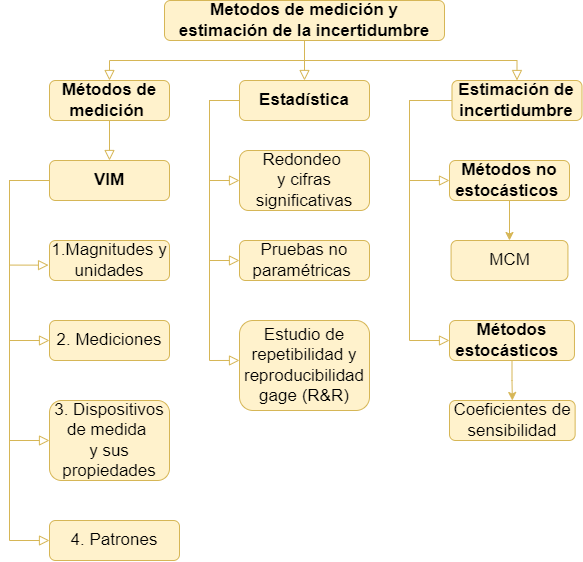
This is imagen/MMEI.png from estadisticaITM/estadisticaITM.github.io, a draw.io export, as it was before one commit. Source tidied: cells renumbered, new cells last; positions are measured from the earlier drawing's top-left corner, leaving out a move shared by most shapes.
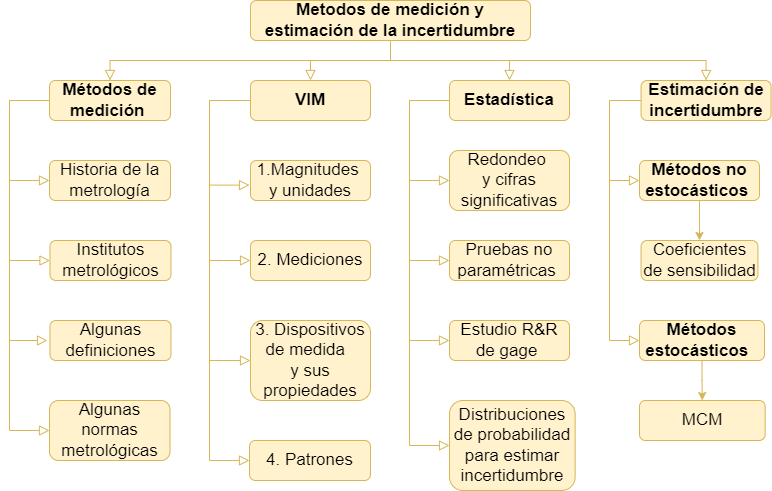
Above is the later version.

Change to the diagram source:
```diff
@@ -2,163 +2,224 @@
   <root>
     <mxCell id="0" />
     <mxCell id="1" parent="0" />
-    <mxCell id="2" style="rounded=0;html=1;jettySize=auto;fontSize=17;endArrow=block;endFill=0;endSize=8;strokeWidth=1;shadow=0;labelBackgroundColor=none;edgeStyle=orthogonalEdgeStyle;entryX=0.5;entryY=0;entryDx=0;entryDy=0;fillColor=#fff2cc;strokeColor=#d6b656;exitX=0.5;exitY=1;exitDx=0;exitDy=0;" parent="1" edge="1" source="3" target="5">
+    <mxCell id="2" style="rounded=0;html=1;jettySize=auto;fontSize=17;endArrow=block;endFill=0;endSize=8;strokeWidth=1;shadow=0;labelBackgroundColor=none;edgeStyle=orthogonalEdgeStyle;fillColor=#fff2cc;strokeColor=#d6b656;exitX=0.5;exitY=1;exitDx=0;exitDy=0;entryX=0.5;entryY=0;entryDx=0;entryDy=0;" parent="1" edge="1" source="3" target="5">
       <mxGeometry relative="1" as="geometry">
         <Array as="points">
-          <mxPoint x="295" y="60" />
-          <mxPoint x="100" y="60" />
+          <mxPoint x="341" y="60" />
+          <mxPoint x="61" y="60" />
         </Array>
       </mxGeometry>
     </mxCell>
     <mxCell id="3" value="&lt;b&gt;Metodos de medición y estimación de la incertidumbre&lt;/b&gt;" style="rounded=1;whiteSpace=wrap;html=1;fontSize=17;glass=0;strokeWidth=1;shadow=0;fillColor=#fff2cc;strokeColor=#d6b656;" parent="1" vertex="1">
-      <mxGeometry x="155" width="280" height="40" as="geometry" />
+      <mxGeometry x="201" width="280" height="40" as="geometry" />
     </mxCell>
     <mxCell id="4" style="edgeStyle=orthogonalEdgeStyle;rounded=0;html=1;jettySize=auto;fontSize=17;endArrow=block;endFill=0;endSize=8;strokeWidth=1;shadow=0;labelBackgroundColor=none;fillColor=#fff2cc;strokeColor=#d6b656;exitX=0.5;exitY=1;exitDx=0;exitDy=0;entryX=0.5;entryY=0;entryDx=0;entryDy=0;" parent="1" edge="1" source="3" target="10">
       <mxGeometry y="10" relative="1" as="geometry">
         <Array as="points">
-          <mxPoint x="295" y="60" />
-          <mxPoint x="508" y="60" />
+          <mxPoint x="341" y="60" />
+          <mxPoint x="657" y="60" />
         </Array>
       </mxGeometry>
     </mxCell>
     <mxCell id="5" value="Métodos de medición&amp;nbsp;" style="rounded=1;whiteSpace=wrap;html=1;fontSize=17;glass=0;strokeWidth=1;shadow=0;fillColor=#fff2cc;strokeColor=#d6b656;fontStyle=1;" parent="1" vertex="1">
-      <mxGeometry x="40" y="80" width="120" height="40" as="geometry" />
+      <mxGeometry y="80" width="121" height="40" as="geometry" />
     </mxCell>
-    <mxCell id="6" style="rounded=0;html=1;jettySize=auto;fontSize=17;endArrow=block;endFill=0;endSize=8;strokeWidth=1;shadow=0;labelBackgroundColor=none;edgeStyle=orthogonalEdgeStyle;fillColor=#fff2cc;strokeColor=#d6b656;exitX=0.5;exitY=1;exitDx=0;exitDy=0;entryX=0.5;entryY=0;entryDx=0;entryDy=0;" parent="1" edge="1" source="5" target="8">
+    <mxCell id="6" style="rounded=0;html=1;jettySize=auto;fontSize=17;endArrow=block;endFill=0;endSize=8;strokeWidth=1;shadow=0;labelBackgroundColor=none;edgeStyle=orthogonalEdgeStyle;fillColor=#fff2cc;strokeColor=#d6b656;exitX=0.5;exitY=1;exitDx=0;exitDy=0;entryX=0.5;entryY=0;entryDx=0;entryDy=0;" parent="1" edge="1" source="3" target="8">
       <mxGeometry x="0.33" y="20" relative="1" as="geometry">
         <Array as="points">
-          <mxPoint x="100" y="160" />
-          <mxPoint x="100" y="160" />
+          <mxPoint x="295" y="60" />
+          <mxPoint x="260" y="60" />
         </Array>
       </mxGeometry>
     </mxCell>
-    <mxCell id="7" style="edgeStyle=orthogonalEdgeStyle;rounded=0;html=1;jettySize=auto;fontSize=17;endArrow=block;endFill=0;endSize=8;strokeWidth=1;shadow=0;labelBackgroundColor=none;fillColor=#fff2cc;strokeColor=#d6b656;exitX=0;exitY=0.5;exitDx=0;exitDy=0;entryX=0;entryY=0.444;entryDx=0;entryDy=0;entryPerimeter=0;" parent="1" edge="1" source="27" target="9">
+    <mxCell id="7" style="edgeStyle=orthogonalEdgeStyle;rounded=0;html=1;jettySize=auto;fontSize=17;endArrow=block;endFill=0;endSize=8;strokeWidth=1;shadow=0;labelBackgroundColor=none;fillColor=#fff2cc;strokeColor=#d6b656;exitX=0;exitY=0.5;exitDx=0;exitDy=0;entryX=0;entryY=0.5;entryDx=0;entryDy=0;" parent="1" edge="1" source="27" target="9">
       <mxGeometry y="10" relative="1" as="geometry">
         <Array as="points">
-          <mxPoint x="200" y="100" />
-          <mxPoint x="200" y="360" />
+          <mxPoint x="360" y="100" />
+          <mxPoint x="360" y="340" />
         </Array>
       </mxGeometry>
     </mxCell>
     <mxCell id="8" value="&lt;b&gt;VIM&lt;/b&gt;" style="rounded=1;whiteSpace=wrap;html=1;fontSize=17;glass=0;strokeWidth=1;shadow=0;fillColor=#fff2cc;strokeColor=#d6b656;" parent="1" vertex="1">
-      <mxGeometry x="40" y="160" width="120" height="40" as="geometry" />
+      <mxGeometry x="201" y="80" width="120" height="40" as="geometry" />
     </mxCell>
-    <mxCell id="9" value="Estudio de repetibilidad y reproducibilidad gage (R&amp;amp;R)" style="rounded=1;whiteSpace=wrap;html=1;fontSize=17;glass=0;strokeWidth=1;shadow=0;fillColor=#fff2cc;strokeColor=#d6b656;" parent="1" vertex="1">
-      <mxGeometry x="230" y="320" width="130" height="90" as="geometry" />
+    <mxCell id="9" value="Estudio R&amp;amp;R de gage&amp;nbsp;" style="rounded=1;whiteSpace=wrap;html=1;fontSize=17;glass=0;strokeWidth=1;shadow=0;fillColor=#fff2cc;strokeColor=#d6b656;" parent="1" vertex="1">
+      <mxGeometry x="400" y="320" width="120" height="40" as="geometry" />
     </mxCell>
     <mxCell id="10" value="Estimación de incertidumbre" style="rounded=1;whiteSpace=wrap;html=1;fontSize=17;glass=0;strokeWidth=1;shadow=0;fillColor=#fff2cc;strokeColor=#d6b656;fontStyle=1;" parent="1" vertex="1">
-      <mxGeometry x="442.5" y="80" width="130" height="40" as="geometry" />
+      <mxGeometry x="591.6" y="80" width="130" height="40" as="geometry" />
     </mxCell>
     <mxCell id="11" style="edgeStyle=orthogonalEdgeStyle;rounded=0;jettySize=auto;html=1;fillColor=#fff2cc;strokeColor=#d6b656;" parent="1" edge="1" source="12" target="20">
       <mxGeometry relative="1" as="geometry" />
     </mxCell>
     <mxCell id="12" value="&lt;b&gt;Métodos estocásticos&amp;nbsp;&amp;nbsp;&lt;/b&gt;" style="rounded=1;whiteSpace=wrap;html=1;fontSize=17;glass=0;strokeWidth=1;shadow=0;fillColor=#fff2cc;strokeColor=#d6b656;" parent="1" vertex="1">
-      <mxGeometry x="440" y="320" width="125" height="40" as="geometry" />
+      <mxGeometry x="590" y="320" width="125" height="40" as="geometry" />
     </mxCell>
     <mxCell id="13" value="&lt;b&gt;Métodos no estocásticos&amp;nbsp;&lt;/b&gt;" style="rounded=1;whiteSpace=wrap;html=1;fontSize=17;glass=0;strokeWidth=1;shadow=0;fillColor=#fff2cc;strokeColor=#d6b656;" parent="1" vertex="1">
-      <mxGeometry x="440" y="160" width="120" height="40" as="geometry" />
+      <mxGeometry x="590" y="160" width="120" height="40" as="geometry" />
     </mxCell>
     <mxCell id="14" style="rounded=0;html=1;jettySize=auto;fontSize=17;endArrow=block;endFill=0;endSize=8;strokeWidth=1;shadow=0;labelBackgroundColor=none;edgeStyle=orthogonalEdgeStyle;fillColor=#fff2cc;strokeColor=#d6b656;entryX=0;entryY=0.5;entryDx=0;entryDy=0;exitX=0;exitY=0.5;exitDx=0;exitDy=0;" parent="1" edge="1" source="10" target="12">
       <mxGeometry y="20" relative="1" as="geometry">
         <Array as="points">
-          <mxPoint x="400" y="100" />
-          <mxPoint x="400" y="340" />
+          <mxPoint x="560" y="100" />
+          <mxPoint x="560" y="340" />
         </Array>
       </mxGeometry>
     </mxCell>
     <mxCell id="15" style="rounded=0;html=1;jettySize=auto;fontSize=17;endArrow=block;endFill=0;endSize=8;strokeWidth=1;shadow=0;labelBackgroundColor=none;edgeStyle=orthogonalEdgeStyle;fillColor=#fff2cc;strokeColor=#d6b656;exitX=0;exitY=0.5;exitDx=0;exitDy=0;entryX=0;entryY=0.5;entryDx=0;entryDy=0;" parent="1" edge="1" source="10" target="13">
       <mxGeometry y="20" relative="1" as="geometry">
         <Array as="points">
-          <mxPoint x="400" y="100" />
-          <mxPoint x="400" y="180" />
+          <mxPoint x="560" y="100" />
+          <mxPoint x="560" y="180" />
         </Array>
       </mxGeometry>
     </mxCell>
     <mxCell id="16" value="Pruebas no paramétricas&amp;nbsp;" style="rounded=1;whiteSpace=wrap;html=1;fontSize=17;glass=0;strokeWidth=1;shadow=0;fillColor=#fff2cc;strokeColor=#d6b656;" parent="1" vertex="1">
-      <mxGeometry x="230" y="240" width="130" height="40" as="geometry" />
+      <mxGeometry x="400" y="240" width="120" height="40" as="geometry" />
     </mxCell>
     <mxCell id="17" style="edgeStyle=orthogonalEdgeStyle;rounded=0;html=1;jettySize=auto;fontSize=17;endArrow=block;endFill=0;endSize=8;strokeWidth=1;shadow=0;labelBackgroundColor=none;fillColor=#fff2cc;strokeColor=#d6b656;entryX=0;entryY=0.5;entryDx=0;entryDy=0;exitX=0;exitY=0.5;exitDx=0;exitDy=0;" parent="1" edge="1" source="27" target="18">
       <mxGeometry y="10" relative="1" as="geometry">
         <Array as="points">
-          <mxPoint x="200" y="100" />
-          <mxPoint x="200" y="180" />
+          <mxPoint x="360" y="100" />
+          <mxPoint x="360" y="180" />
         </Array>
       </mxGeometry>
     </mxCell>
     <mxCell id="18" value="Redondeo&amp;nbsp;&lt;div&gt;y cifras significativas&lt;/div&gt;" style="rounded=1;whiteSpace=wrap;html=1;fontSize=17;glass=0;strokeWidth=1;shadow=0;fillColor=#fff2cc;strokeColor=#d6b656;" parent="1" vertex="1">
-      <mxGeometry x="230" y="150" width="130" height="60" as="geometry" />
+      <mxGeometry x="400" y="150" width="120" height="60" as="geometry" />
     </mxCell>
     <mxCell id="19" style="edgeStyle=orthogonalEdgeStyle;rounded=0;html=1;jettySize=auto;fontSize=17;endArrow=block;endFill=0;endSize=8;strokeWidth=1;shadow=0;labelBackgroundColor=none;fillColor=#fff2cc;strokeColor=#d6b656;exitX=0.5;exitY=1;exitDx=0;exitDy=0;entryX=0.5;entryY=0;entryDx=0;entryDy=0;" parent="1" edge="1" source="3" target="27">
       <mxGeometry y="10" relative="1" as="geometry">
         <Array as="points">
           <mxPoint x="295" y="60" />
-          <mxPoint x="295" y="60" />
+          <mxPoint x="415" y="60" />
         </Array>
       </mxGeometry>
     </mxCell>
-    <mxCell id="20" value="Coeficientes de sensibilidad" style="rounded=1;whiteSpace=wrap;html=1;fontSize=17;glass=0;strokeWidth=1;shadow=0;fillColor=#fff2cc;strokeColor=#d6b656;" parent="1" vertex="1">
-      <mxGeometry x="440" y="400" width="125.6" height="40" as="geometry" />
+    <mxCell id="20" value="MCM" style="rounded=1;whiteSpace=wrap;html=1;fontSize=17;glass=0;strokeWidth=1;shadow=0;fillColor=#fff2cc;strokeColor=#d6b656;" parent="1" vertex="1">
+      <mxGeometry x="590" y="400" width="125.6" height="40" as="geometry" />
     </mxCell>
-    <mxCell id="21" value="MCM" style="rounded=1;whiteSpace=wrap;html=1;fontSize=17;glass=0;strokeWidth=1;shadow=0;fillColor=#fff2cc;strokeColor=#d6b656;" parent="1" vertex="1">
-      <mxGeometry x="441.6" y="240" width="116.9" height="40" as="geometry" />
+    <mxCell id="21" value="Coeficientes de sensibilidad" style="rounded=1;whiteSpace=wrap;html=1;fontSize=17;glass=0;strokeWidth=1;shadow=0;fillColor=#fff2cc;strokeColor=#d6b656;" parent="1" vertex="1">
+      <mxGeometry x="591.6" y="240" width="116.9" height="40" as="geometry" />
     </mxCell>
-    <mxCell id="22" value="1.Magnitudes y unidades" style="rounded=1;whiteSpace=wrap;html=1;fontSize=17;glass=0;strokeWidth=1;shadow=0;fillColor=#fff2cc;strokeColor=#d6b656;" parent="1" vertex="1">
-      <mxGeometry x="40" y="240" width="120" height="40" as="geometry" />
+    <mxCell id="22" value="1.Magnitudes&amp;nbsp;&lt;div&gt;y unidades&lt;/div&gt;" style="rounded=1;whiteSpace=wrap;html=1;fontSize=17;glass=0;strokeWidth=1;shadow=0;fillColor=#fff2cc;strokeColor=#d6b656;" parent="1" vertex="1">
+      <mxGeometry x="201" y="160" width="120" height="40" as="geometry" />
     </mxCell>
     <mxCell id="23" value="2. Mediciones" style="rounded=1;whiteSpace=wrap;html=1;fontSize=17;glass=0;strokeWidth=1;shadow=0;fillColor=#fff2cc;strokeColor=#d6b656;" parent="1" vertex="1">
-      <mxGeometry x="40" y="320" width="120" height="40" as="geometry" />
+      <mxGeometry x="201" y="240" width="120" height="40" as="geometry" />
     </mxCell>
-    <mxCell id="24" value="3. Dispositivos de medida&amp;nbsp;&lt;div&gt;y sus propiedades&lt;/div&gt;" style="rounded=1;whiteSpace=wrap;html=1;fontSize=17;glass=0;strokeWidth=1;shadow=0;fillColor=#fff2cc;strokeColor=#d6b656;" parent="1" vertex="1">
-      <mxGeometry x="40" y="400" width="120" height="80" as="geometry" />
+    <mxCell id="24" value="3. Dispositivos de medida&amp;nbsp;&amp;nbsp;&lt;div&gt;&lt;span style=&quot;background-color: initial;&quot;&gt;y sus propiedades&lt;/span&gt;&lt;/div&gt;" style="rounded=1;whiteSpace=wrap;html=1;fontSize=17;glass=0;strokeWidth=1;shadow=0;fillColor=#fff2cc;strokeColor=#d6b656;" parent="1" vertex="1">
+      <mxGeometry x="201" y="320" width="120" height="80" as="geometry" />
     </mxCell>
     <mxCell id="25" value="4. Patrones" style="rounded=1;whiteSpace=wrap;html=1;fontSize=17;glass=0;strokeWidth=1;shadow=0;fillColor=#fff2cc;strokeColor=#d6b656;" parent="1" vertex="1">
-      <mxGeometry x="40" y="520" width="130" height="40" as="geometry" />
+      <mxGeometry x="200" y="440" width="121" height="40" as="geometry" />
     </mxCell>
     <mxCell id="26" style="edgeStyle=orthogonalEdgeStyle;rounded=0;html=1;jettySize=auto;fontSize=17;endArrow=block;endFill=0;endSize=8;strokeWidth=1;shadow=0;labelBackgroundColor=none;fillColor=#fff2cc;strokeColor=#d6b656;exitX=0;exitY=0.5;exitDx=0;exitDy=0;entryX=-0.008;entryY=0.616;entryDx=0;entryDy=0;entryPerimeter=0;" parent="1" edge="1" source="8" target="22">
       <mxGeometry y="10" relative="1" as="geometry">
         <Array as="points">
-          <mxPoint y="180" />
-          <mxPoint y="265" />
+          <mxPoint x="160" y="100" />
+          <mxPoint x="160" y="185" />
         </Array>
       </mxGeometry>
     </mxCell>
     <mxCell id="27" value="Estadística" style="rounded=1;whiteSpace=wrap;html=1;fontSize=17;glass=0;strokeWidth=1;shadow=0;fillColor=#fff2cc;strokeColor=#d6b656;fontStyle=1;" parent="1" vertex="1">
-      <mxGeometry x="230" y="80" width="130" height="40" as="geometry" />
+      <mxGeometry x="400" y="80" width="120" height="40" as="geometry" />
     </mxCell>
     <mxCell id="28" style="edgeStyle=orthogonalEdgeStyle;rounded=0;html=1;jettySize=auto;fontSize=17;endArrow=block;endFill=0;endSize=8;strokeWidth=1;shadow=0;labelBackgroundColor=none;fillColor=#fff2cc;strokeColor=#d6b656;entryX=0;entryY=0.5;entryDx=0;entryDy=0;exitX=0;exitY=0.5;exitDx=0;exitDy=0;" parent="1" edge="1" source="27" target="16">
       <mxGeometry y="10" relative="1" as="geometry">
         <Array as="points">
-          <mxPoint x="200" y="100" />
-          <mxPoint x="200" y="260" />
+          <mxPoint x="360" y="100" />
+          <mxPoint x="360" y="260" />
         </Array>
       </mxGeometry>
     </mxCell>
-    <mxCell id="29" style="edgeStyle=orthogonalEdgeStyle;rounded=0;html=1;jettySize=auto;fontSize=17;endArrow=block;endFill=0;endSize=8;strokeWidth=1;shadow=0;labelBackgroundColor=none;fillColor=#fff2cc;strokeColor=#d6b656;exitX=0;exitY=0.5;exitDx=0;exitDy=0;entryX=0;entryY=0.5;entryDx=0;entryDy=0;" parent="1" edge="1" source="8" target="23">
+    <mxCell id="29" style="edgeStyle=orthogonalEdgeStyle;rounded=0;html=1;jettySize=auto;fontSize=17;endArrow=block;endFill=0;endSize=8;strokeWidth=1;shadow=0;labelBackgroundColor=none;fillColor=#fff2cc;strokeColor=#d6b656;entryX=0;entryY=0.5;entryDx=0;entryDy=0;" parent="1" edge="1" target="23">
       <mxGeometry y="10" relative="1" as="geometry">
+        <mxPoint x="196" y="100" as="sourcePoint" />
         <Array as="points">
-          <mxPoint y="180" />
-          <mxPoint y="340" />
+          <mxPoint x="160" y="100" />
+          <mxPoint x="160" y="260" />
         </Array>
       </mxGeometry>
     </mxCell>
     <mxCell id="30" style="edgeStyle=orthogonalEdgeStyle;rounded=0;html=1;jettySize=auto;fontSize=17;endArrow=block;endFill=0;endSize=8;strokeWidth=1;shadow=0;labelBackgroundColor=none;fillColor=#fff2cc;strokeColor=#d6b656;entryX=0;entryY=0.5;entryDx=0;entryDy=0;exitX=0;exitY=0.5;exitDx=0;exitDy=0;" parent="1" edge="1" source="8" target="24">
       <mxGeometry y="10" relative="1" as="geometry">
         <Array as="points">
-          <mxPoint y="180" />
-          <mxPoint y="440" />
+          <mxPoint x="160" y="100" />
+          <mxPoint x="160" y="360" />
         </Array>
       </mxGeometry>
     </mxCell>
     <mxCell id="31" style="edgeStyle=orthogonalEdgeStyle;rounded=0;html=1;jettySize=auto;fontSize=17;endArrow=block;endFill=0;endSize=8;strokeWidth=1;shadow=0;labelBackgroundColor=none;fillColor=#fff2cc;strokeColor=#d6b656;entryX=0;entryY=0.5;entryDx=0;entryDy=0;exitX=0;exitY=0.5;exitDx=0;exitDy=0;" parent="1" edge="1" source="8" target="25">
       <mxGeometry y="10" relative="1" as="geometry">
         <Array as="points">
-          <mxPoint y="180" />
-          <mxPoint y="540" />
+          <mxPoint x="160" y="100" />
+          <mxPoint x="160" y="460" />
         </Array>
       </mxGeometry>
     </mxCell>
     <mxCell id="32" style="endArrow=classic;html=1;rounded=0;exitX=0.5;exitY=1;exitDx=0;exitDy=0;entryX=0.5;entryY=0;entryDx=0;entryDy=0;fillColor=#fff2cc;strokeColor=#d6b656;" parent="1" edge="1" source="13" target="21">
       <mxGeometry relative="1" as="geometry" />
     </mxCell>
+    <mxCell id="33" value="Historia de la metrología" style="rounded=1;whiteSpace=wrap;html=1;fillColor=#fff2cc;strokeColor=#d6b656;fontSize=17;" parent="1" vertex="1">
+      <mxGeometry y="160" width="121" height="40" as="geometry" />
+    </mxCell>
+    <mxCell id="34" value="Institutos metrológicos" style="rounded=1;whiteSpace=wrap;html=1;fillColor=#fff2cc;strokeColor=#d6b656;fontSize=17;" parent="1" vertex="1">
+      <mxGeometry x="0.5" y="240" width="121" height="40" as="geometry" />
+    </mxCell>
+    <mxCell id="35" style="edgeStyle=orthogonalEdgeStyle;rounded=0;html=1;jettySize=auto;fontSize=17;endArrow=block;endFill=0;endSize=8;strokeWidth=1;shadow=0;labelBackgroundColor=none;fillColor=#fff2cc;strokeColor=#d6b656;entryX=0;entryY=0.5;entryDx=0;entryDy=0;exitX=0;exitY=0.5;exitDx=0;exitDy=0;" parent="1" edge="1" source="5" target="33">
+      <mxGeometry y="10" relative="1" as="geometry">
+        <Array as="points">
+          <mxPoint x="-40" y="100" />
+          <mxPoint x="-40" y="180" />
+        </Array>
+      </mxGeometry>
+    </mxCell>
+    <mxCell id="36" style="edgeStyle=orthogonalEdgeStyle;rounded=0;html=1;jettySize=auto;fontSize=17;endArrow=block;endFill=0;endSize=8;strokeWidth=1;shadow=0;labelBackgroundColor=none;fillColor=#fff2cc;strokeColor=#d6b656;entryX=0;entryY=0.5;entryDx=0;entryDy=0;" parent="1" edge="1" target="34">
+      <mxGeometry y="10" relative="1" as="geometry">
+        <mxPoint x="-9" y="100" as="sourcePoint" />
+        <Array as="points">
+          <mxPoint x="-40" y="100" />
+          <mxPoint x="-40" y="260" />
+        </Array>
+      </mxGeometry>
+    </mxCell>
+    <mxCell id="37" value="Algunas normas metrológicas" style="rounded=1;whiteSpace=wrap;html=1;fillColor=#fff2cc;strokeColor=#d6b656;fontSize=17;" parent="1" vertex="1">
+      <mxGeometry y="400" width="120.5" height="60" as="geometry" />
+    </mxCell>
+    <mxCell id="38" style="edgeStyle=orthogonalEdgeStyle;rounded=0;html=1;jettySize=auto;fontSize=17;endArrow=block;endFill=0;endSize=8;strokeWidth=1;shadow=0;labelBackgroundColor=none;fillColor=#fff2cc;strokeColor=#d6b656;entryX=0;entryY=0.5;entryDx=0;entryDy=0;exitX=0;exitY=0.5;exitDx=0;exitDy=0;" parent="1" edge="1" target="37">
+      <mxGeometry y="10" relative="1" as="geometry">
+        <mxPoint x="-9" y="100" as="sourcePoint" />
+        <Array as="points">
+          <mxPoint x="-40" y="100" />
+          <mxPoint x="-40" y="430" />
+        </Array>
+      </mxGeometry>
+    </mxCell>
+    <mxCell id="39" value="Algunas&lt;div&gt;definiciones&lt;/div&gt;" style="rounded=1;whiteSpace=wrap;html=1;fillColor=#fff2cc;strokeColor=#d6b656;fontSize=17;" parent="1" vertex="1">
+      <mxGeometry x="0.5" y="320" width="121" height="40" as="geometry" />
+    </mxCell>
+    <mxCell id="40" style="rounded=0;html=1;jettySize=auto;orthogonalLoop=1;fontSize=17;endArrow=block;endFill=0;endSize=8;strokeWidth=1;shadow=0;labelBackgroundColor=none;edgeStyle=orthogonalEdgeStyle;fillColor=#fff2cc;strokeColor=#d6b656;entryX=0;entryY=0.5;entryDx=0;entryDy=0;exitX=0;exitY=0.5;exitDx=0;exitDy=0;" parent="1" edge="1">
+      <mxGeometry y="20" relative="1" as="geometry">
+        <mxPoint y="100" as="sourcePoint" />
+        <mxPoint x="-2" y="340" as="targetPoint" />
+        <Array as="points">
+          <mxPoint x="-40" y="100" />
+          <mxPoint x="-40" y="340" />
+        </Array>
+      </mxGeometry>
+    </mxCell>
+    <mxCell id="41" value="Distribuciones de probabilidad para estimar incertidumbre" style="rounded=1;whiteSpace=wrap;html=1;fontSize=17;glass=0;strokeWidth=1;shadow=0;fillColor=#fff2cc;strokeColor=#d6b656;" parent="1" vertex="1">
+      <mxGeometry x="400" y="400" width="125.6" height="90" as="geometry" />
+    </mxCell>
+    <mxCell id="42" style="edgeStyle=orthogonalEdgeStyle;rounded=0;html=1;jettySize=auto;fontSize=17;endArrow=block;endFill=0;endSize=8;strokeWidth=1;shadow=0;labelBackgroundColor=none;fillColor=#fff2cc;strokeColor=#d6b656;entryX=0;entryY=0.5;entryDx=0;entryDy=0;" parent="1" edge="1" target="41">
+      <mxGeometry y="10" relative="1" as="geometry">
+        <mxPoint x="400" y="100" as="sourcePoint" />
+        <Array as="points">
+          <mxPoint x="360" y="100" />
+          <mxPoint x="360" y="445" />
+        </Array>
+      </mxGeometry>
+    </mxCell>
   </root>
 </mxGraphModel>
```
